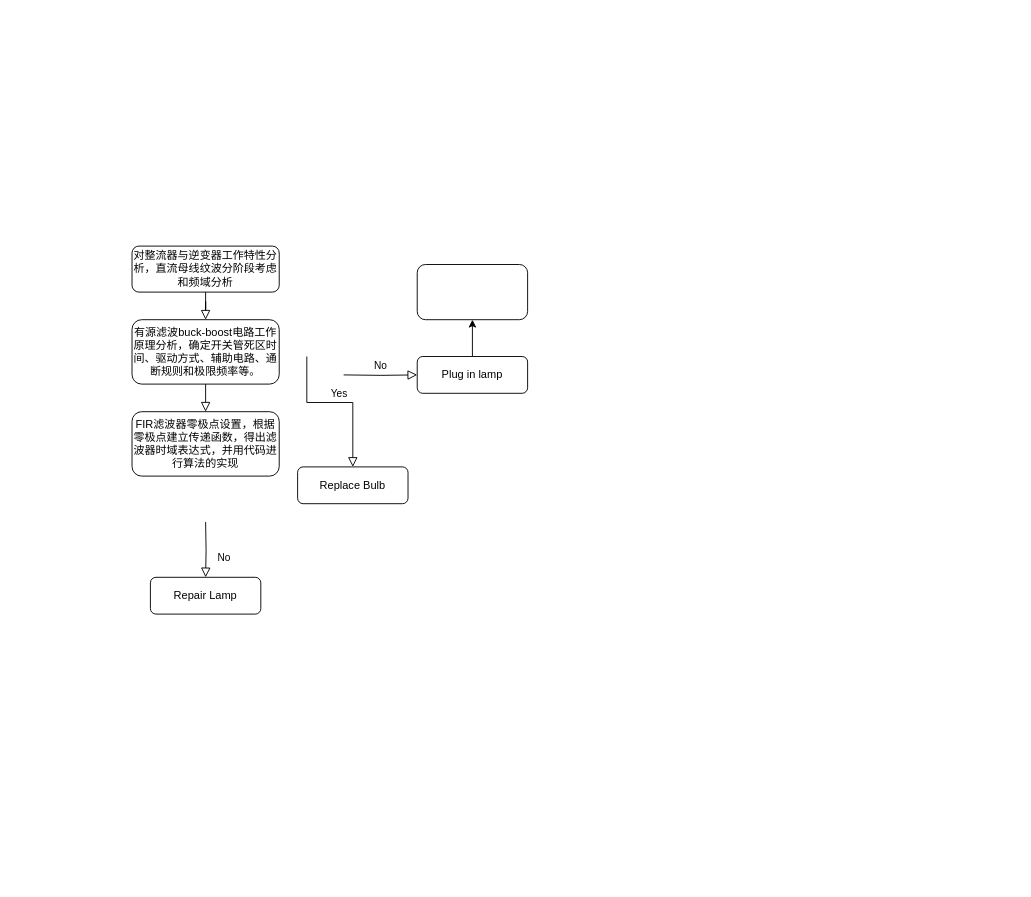
Before: 开题答辩-实施方案.drawio in duzhenchang/diagrams, a draw.io diagram. Source tidied: cells renumbered, new cells numbered last; positions are measured from the earlier drawing's top-left corner, leaving out a move shared by most shapes. Both pictures are drawn from the tidied source at 92%, with x=0, y=0 at pixel (132, 246).
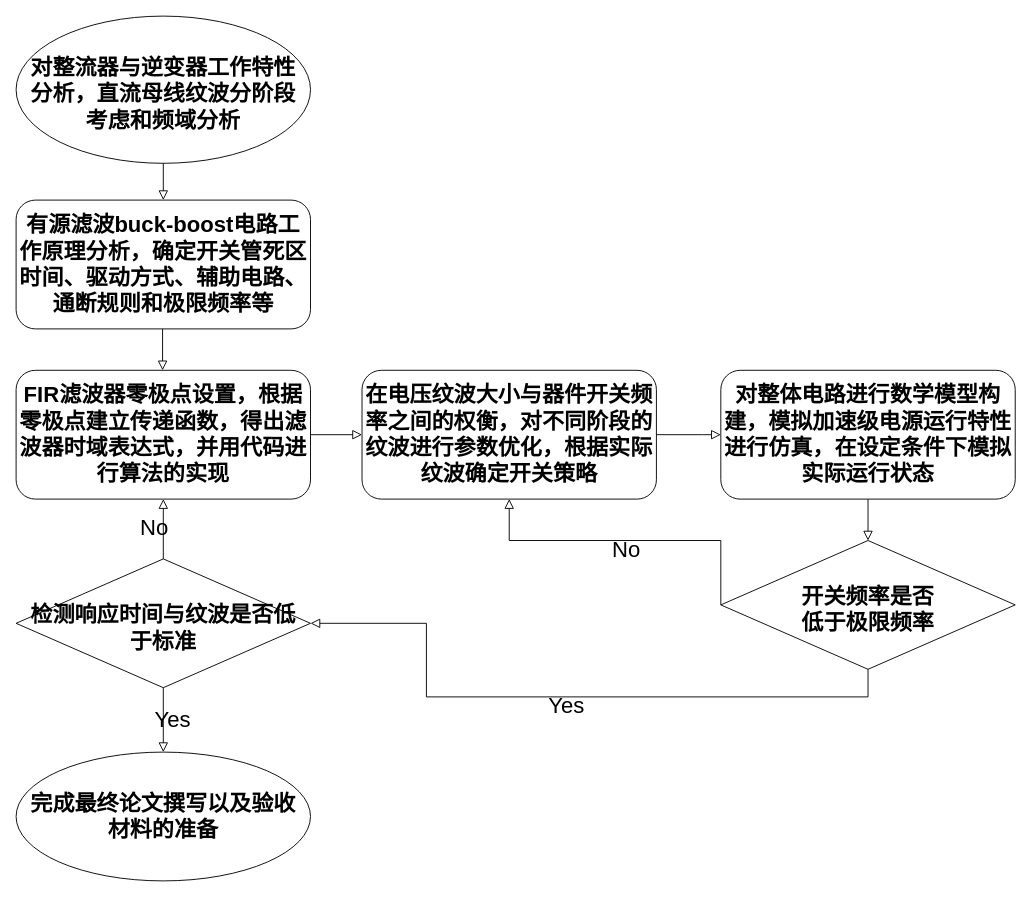
After the change.

Commit message (it also covers changes not shown here):
更新开题答辩-实施方案.drawio

What changed in the source:
```diff
@@
-    <mxCell id="2" style="rounded=0;html=1;jettySize=auto;fontSize=11;endArrow=block;endFill=0;endSize=8;strokeWidth=1;shadow=0;labelBackgroundColor=none;edgeStyle=orthogonalEdgeStyle;entryX=0.5;entryY=0;entryDx=0;entryDy=0;" parent="1" edge="1" source="3" target="12">
-      <mxGeometry relative="1" as="geometry" />
-    </mxCell>
-    <mxCell id="3" value="对整流器与逆变器工作特性分析，直流母线纹波分阶段考虑和频域分析" style="rounded=1;whiteSpace=wrap;html=1;fontSize=12;glass=0;strokeWidth=1;shadow=0;" parent="1" vertex="1">
-      <mxGeometry width="160" height="50" as="geometry" />
-    </mxCell>
-    <mxCell id="4" value="No" style="edgeStyle=orthogonalEdgeStyle;rounded=0;jettySize=auto;fontSize=11;endArrow=block;endFill=0;endSize=8;strokeWidth=1;shadow=0;labelBackgroundColor=none;html=1;" parent="1" edge="1" target="6">
-      <mxGeometry y="10" relative="1" as="geometry">
-        <mxPoint x="230" y="140" as="sourcePoint" />
-      </mxGeometry>
-    </mxCell>
-    <mxCell id="5" style="edgeStyle=orthogonalEdgeStyle;rounded=0;jettySize=auto;html=1;labelBackgroundColor=none;" parent="1" edge="1" source="6" target="11">
-      <mxGeometry relative="1" as="geometry" />
-    </mxCell>
-    <mxCell id="6" value="Plug in lamp" style="rounded=1;whiteSpace=wrap;html=1;fontSize=12;glass=0;strokeWidth=1;shadow=0;" parent="1" vertex="1">
-      <mxGeometry x="310" y="120" width="120" height="40" as="geometry" />
-    </mxCell>
-    <mxCell id="7" value="No" style="rounded=0;html=1;jettySize=auto;fontSize=11;endArrow=block;endFill=0;endSize=8;strokeWidth=1;shadow=0;labelBackgroundColor=none;edgeStyle=orthogonalEdgeStyle;" parent="1" edge="1" target="9">
-      <mxGeometry x="0.33" y="20" relative="1" as="geometry">
-        <mxPoint x="80" y="300" as="sourcePoint" />
-      </mxGeometry>
-    </mxCell>
-    <mxCell id="8" value="Yes" style="edgeStyle=orthogonalEdgeStyle;rounded=0;html=1;jettySize=auto;fontSize=11;endArrow=block;endFill=0;endSize=8;strokeWidth=1;shadow=0;labelBackgroundColor=none;" parent="1" edge="1" target="10">
-      <mxGeometry y="10" relative="1" as="geometry">
-        <mxPoint x="190" y="120" as="sourcePoint" />
-        <Array as="points">
-          <mxPoint x="190" y="170" />
-          <mxPoint x="240" y="170" />
-        </Array>
-      </mxGeometry>
-    </mxCell>
-    <mxCell id="9" value="Repair Lamp" style="rounded=1;whiteSpace=wrap;html=1;fontSize=12;glass=0;strokeWidth=1;shadow=0;" parent="1" vertex="1">
-      <mxGeometry x="20" y="360" width="120" height="40" as="geometry" />
-    </mxCell>
-    <mxCell id="10" value="Replace Bulb" style="rounded=1;whiteSpace=wrap;html=1;fontSize=12;glass=0;strokeWidth=1;shadow=0;" parent="1" vertex="1">
-      <mxGeometry x="180" y="240" width="120" height="40" as="geometry" />
-    </mxCell>
-    <mxCell id="11" style="whiteSpace=wrap;html=1;rounded=1;glass=0;strokeWidth=1;shadow=0;" parent="1" vertex="1">
-      <mxGeometry x="310" y="20" width="120" height="60" as="geometry" />
-    </mxCell>
-    <mxCell id="12" value="有源滤波buck-boost电路工作原理分析，确定开关管死区时间、驱动方式、辅助电路、通断规则和极限频率等。" style="rounded=1;whiteSpace=wrap;html=1;fontSize=12;glass=0;strokeWidth=1;shadow=0;" parent="1" vertex="1">
-      <mxGeometry y="80" width="160" height="70" as="geometry" />
+    <mxCell id="12" value="&lt;font style=&quot;font-size: 24px;&quot;&gt;&lt;b&gt;有源滤波buck-boost电路工作原理分析，确定开关管死区时间、驱动方式、辅助电路、通断规则和极限频率等&lt;/b&gt;&lt;/font&gt;" style="rounded=1;whiteSpace=wrap;html=1;fontSize=12;glass=0;strokeWidth=1;shadow=0;" parent="1" vertex="1">
+      <mxGeometry x="-126" y="-50" width="320" height="140" as="geometry" />
     </mxCell>
-    <mxCell id="13" value="FIR滤波器零极点设置，根据零极点建立传递函数，得出滤波器时域表达式，并用代码进行算法的实现" style="rounded=1;whiteSpace=wrap;html=1;fontSize=12;glass=0;strokeWidth=1;shadow=0;" parent="1" vertex="1">
-      <mxGeometry y="180" width="160" height="70" as="geometry" />
+    <mxCell id="13" value="&lt;font style=&quot;font-size: 24px;&quot;&gt;&lt;b&gt;FIR滤波器零极点设置，根据零极点建立传递函数，得出滤波器时域表达式，并用代码进行算法的实现&lt;/b&gt;&lt;/font&gt;" style="rounded=1;whiteSpace=wrap;html=1;fontSize=12;glass=0;strokeWidth=1;shadow=0;" parent="1" vertex="1">
+      <mxGeometry x="-126" y="135" width="320" height="140" as="geometry" />
     </mxCell>
-    <mxCell id="14" style="rounded=0;html=1;jettySize=auto;fontSize=11;endArrow=block;endFill=0;endSize=8;strokeWidth=1;shadow=0;labelBackgroundColor=none;edgeStyle=orthogonalEdgeStyle;entryX=0.5;entryY=0;entryDx=0;entryDy=0;exitX=0.5;exitY=1;exitDx=0;exitDy=0;" parent="1" edge="1" source="12" target="13">
-      <mxGeometry relative="1" as="geometry" />
-    </mxCell>
+    <mxCell id="15" value="&lt;font style=&quot;font-size: 24px;&quot;&gt;&lt;b&gt;在电压纹波大小与器件开关频率之间的权衡，对不同阶段的纹波进行参数优化，根据实际纹波确定开关策略&lt;/b&gt;&lt;/font&gt;" style="rounded=1;whiteSpace=wrap;html=1;fontSize=12;glass=0;strokeWidth=1;shadow=0;" parent="1" vertex="1">
+      <mxGeometry x="250" y="135" width="320" height="140" as="geometry" />
+    </mxCell>
+    <mxCell id="16" style="rounded=0;html=1;jettySize=auto;fontSize=11;endArrow=block;endFill=0;endSize=8;strokeWidth=1;shadow=0;labelBackgroundColor=none;edgeStyle=orthogonalEdgeStyle;entryX=0;entryY=0.5;entryDx=0;entryDy=0;exitX=1;exitY=0.5;exitDx=0;exitDy=0;" parent="1" edge="1" source="13" target="15">
+      <mxGeometry relative="1" as="geometry" />
+    </mxCell>
+    <mxCell id="3" value="&lt;font style=&quot;font-size: 24px;&quot;&gt;&lt;b&gt;对整流器与逆变器工作特性分析，直流母线纹波分阶段考虑和频域分析&lt;/b&gt;&lt;/font&gt;" style="ellipse;whiteSpace=wrap;html=1;spacingLeft=5;spacingRight=5;spacingTop=10;" parent="1" vertex="1">
+      <mxGeometry x="-126" y="-250" width="320" height="160" as="geometry" />
+    </mxCell>
+    <mxCell id="17" value="&lt;font style=&quot;font-size: 24px;&quot;&gt;&lt;b&gt;完成最终论文撰写以及验收材料的准备&lt;/b&gt;&lt;/font&gt;" style="ellipse;whiteSpace=wrap;html=1;spacingLeft=5;spacingRight=5;" parent="1" vertex="1">
+      <mxGeometry x="-126" y="550" width="320" height="140" as="geometry" />
+    </mxCell>
+    <mxCell id="18" value="&lt;font style=&quot;font-size: 24px;&quot;&gt;&lt;b&gt;对整体电路进行数学模型构建，模拟加速级电源运行特性进行仿真，在设定条件下模拟实际运行状态&lt;/b&gt;&lt;/font&gt;" style="rounded=1;whiteSpace=wrap;html=1;fontSize=12;glass=0;strokeWidth=1;shadow=0;" parent="1" vertex="1">
+      <mxGeometry x="640" y="135" width="320" height="140" as="geometry" />
+    </mxCell>
+    <mxCell id="19" value="&lt;font style=&quot;font-size: 24px;&quot;&gt;&lt;b&gt;开关频率是否&lt;br&gt;低于极限频率&lt;/b&gt;&lt;/font&gt;" style="rhombus;whiteSpace=wrap;html=1;spacingLeft=10;spacingRight=10;spacingTop=10;" parent="1" vertex="1">
+      <mxGeometry x="640" y="320" width="320" height="140" as="geometry" />
+    </mxCell>
+    <mxCell id="20" style="rounded=0;html=1;jettySize=auto;fontSize=11;endArrow=block;endFill=0;endSize=8;strokeWidth=1;shadow=0;labelBackgroundColor=none;edgeStyle=orthogonalEdgeStyle;entryX=0;entryY=0.5;entryDx=0;entryDy=0;exitX=1;exitY=0.5;exitDx=0;exitDy=0;" parent="1" edge="1" source="15" target="18">
+      <mxGeometry relative="1" as="geometry">
+        <Array as="points">
+          <mxPoint x="620" y="205" />
+          <mxPoint x="620" y="205" />
+        </Array>
+      </mxGeometry>
+    </mxCell>
+    <mxCell id="21" style="rounded=0;html=1;jettySize=auto;fontSize=11;endArrow=block;endFill=0;endSize=8;strokeWidth=1;shadow=0;labelBackgroundColor=none;edgeStyle=orthogonalEdgeStyle;exitX=0.5;exitY=1;exitDx=0;exitDy=0;entryX=0.5;entryY=0;entryDx=0;entryDy=0;" parent="1" edge="1" source="18" target="19">
+      <mxGeometry relative="1" as="geometry" />
+    </mxCell>
+    <mxCell id="22" value="&lt;font style=&quot;font-size: 24px;&quot;&gt;No&lt;/font&gt;" style="edgeStyle=orthogonalEdgeStyle;rounded=0;jettySize=auto;fontSize=11;endArrow=block;endFill=0;endSize=8;strokeWidth=1;shadow=0;labelBackgroundColor=none;html=1;entryX=0.5;entryY=1;entryDx=0;entryDy=0;exitX=0;exitY=0.5;exitDx=0;exitDy=0;" parent="1" edge="1" source="19" target="15">
+      <mxGeometry y="10" relative="1" as="geometry">
+        <Array as="points">
+          <mxPoint x="640" y="320" />
+          <mxPoint x="410" y="320" />
+        </Array>
+      </mxGeometry>
+    </mxCell>
+    <mxCell id="23" value="&lt;font style=&quot;font-size: 24px;&quot;&gt;&lt;b&gt;检测响应时间与纹波是否低于标准&lt;/b&gt;&lt;/font&gt;" style="rhombus;whiteSpace=wrap;html=1;spacingLeft=10;spacingRight=10;spacingTop=10;" parent="1" vertex="1">
+      <mxGeometry x="-126" y="340" width="320" height="140" as="geometry" />
+    </mxCell>
+    <mxCell id="24" value="&lt;font style=&quot;font-size: 24px;&quot;&gt;Yes&lt;/font&gt;" style="edgeStyle=orthogonalEdgeStyle;rounded=0;html=1;jettySize=auto;fontSize=11;endArrow=block;endFill=0;endSize=8;strokeWidth=1;shadow=0;labelBackgroundColor=none;exitX=0.5;exitY=1;exitDx=0;exitDy=0;entryX=1;entryY=0.5;entryDx=0;entryDy=0;" parent="1" edge="1" source="19" target="23">
+      <mxGeometry y="10" relative="1" as="geometry">
+        <Array as="points">
+          <mxPoint x="800" y="490" />
+          <mxPoint x="320" y="490" />
+          <mxPoint x="320" y="410" />
+        </Array>
+      </mxGeometry>
+    </mxCell>
+    <mxCell id="25" value="&lt;font style=&quot;font-size: 24px;&quot;&gt;No&lt;/font&gt;" style="edgeStyle=orthogonalEdgeStyle;rounded=0;jettySize=auto;fontSize=11;endArrow=block;endFill=0;endSize=8;strokeWidth=1;shadow=0;labelBackgroundColor=none;html=1;exitX=0.5;exitY=0;exitDx=0;exitDy=0;" parent="1" edge="1" source="23" target="13">
+      <mxGeometry y="10" relative="1" as="geometry" />
+    </mxCell>
+    <mxCell id="26" value="&lt;font style=&quot;font-size: 24px;&quot;&gt;Yes&lt;/font&gt;" style="edgeStyle=orthogonalEdgeStyle;rounded=0;html=1;jettySize=auto;fontSize=11;endArrow=block;endFill=0;endSize=8;strokeWidth=1;shadow=0;labelBackgroundColor=none;exitX=0.5;exitY=1;exitDx=0;exitDy=0;entryX=0.5;entryY=0;entryDx=0;entryDy=0;" parent="1" edge="1" source="23" target="17">
+      <mxGeometry y="10" relative="1" as="geometry">
+        <Array as="points">
+          <mxPoint x="34" y="480" />
+          <mxPoint x="34" y="550" />
+        </Array>
+      </mxGeometry>
+    </mxCell>
+    <mxCell id="27" style="rounded=0;html=1;jettySize=auto;orthogonalLoop=1;fontSize=11;endArrow=block;endFill=0;endSize=8;strokeWidth=1;shadow=0;labelBackgroundColor=none;edgeStyle=orthogonalEdgeStyle;exitX=0.5;exitY=1;exitDx=0;exitDy=0;entryX=0.5;entryY=0;entryDx=0;entryDy=0;" parent="1" edge="1">
+      <mxGeometry relative="1" as="geometry">
+        <mxPoint x="33.2" y="90" as="sourcePoint" />
+        <mxPoint x="33.2" y="135" as="targetPoint" />
+      </mxGeometry>
+    </mxCell>
+    <mxCell id="2" style="rounded=0;html=1;jettySize=auto;fontSize=11;endArrow=block;endFill=0;endSize=8;strokeWidth=1;shadow=0;labelBackgroundColor=none;edgeStyle=orthogonalEdgeStyle;exitX=0.5;exitY=1;exitDx=0;exitDy=0;entryX=0.5;entryY=0;entryDx=0;entryDy=0;" parent="1" edge="1" source="3" target="12">
+      <mxGeometry relative="1" as="geometry" />
+    </mxCell>
```
